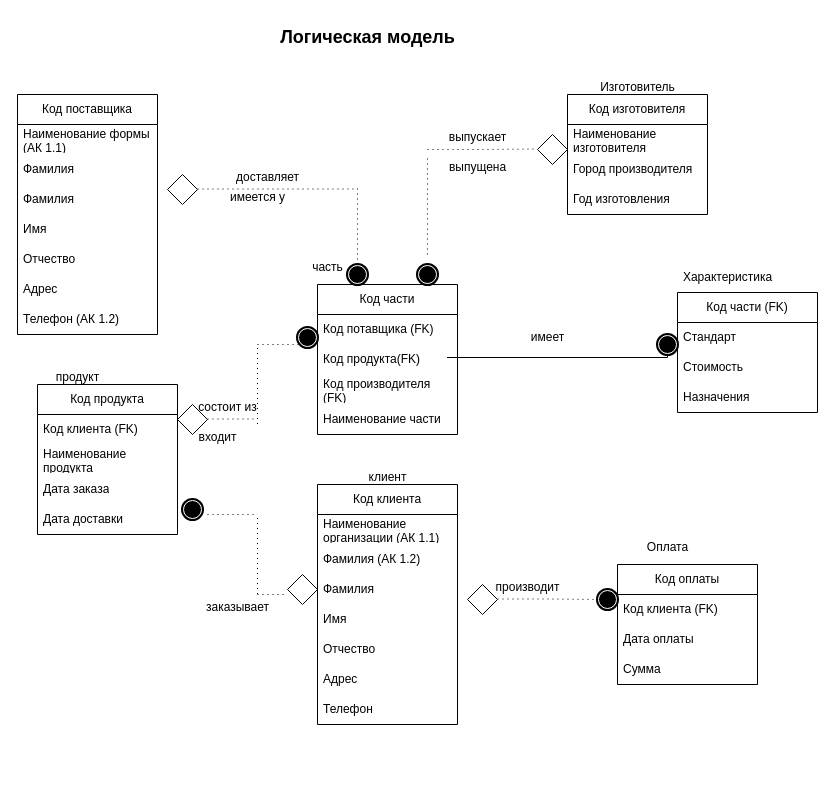
The draw.io diagram 8.drawio in elena-ts/drawio, before the edit. Source tidied: cells renumbered, new cells numbered last; positions are measured from the earlier drawing's top-left corner, leaving out a move shared by most shapes. Both pictures are drawn from the tidied source at 100%, with x=0, y=0 at pixel (17, 17).
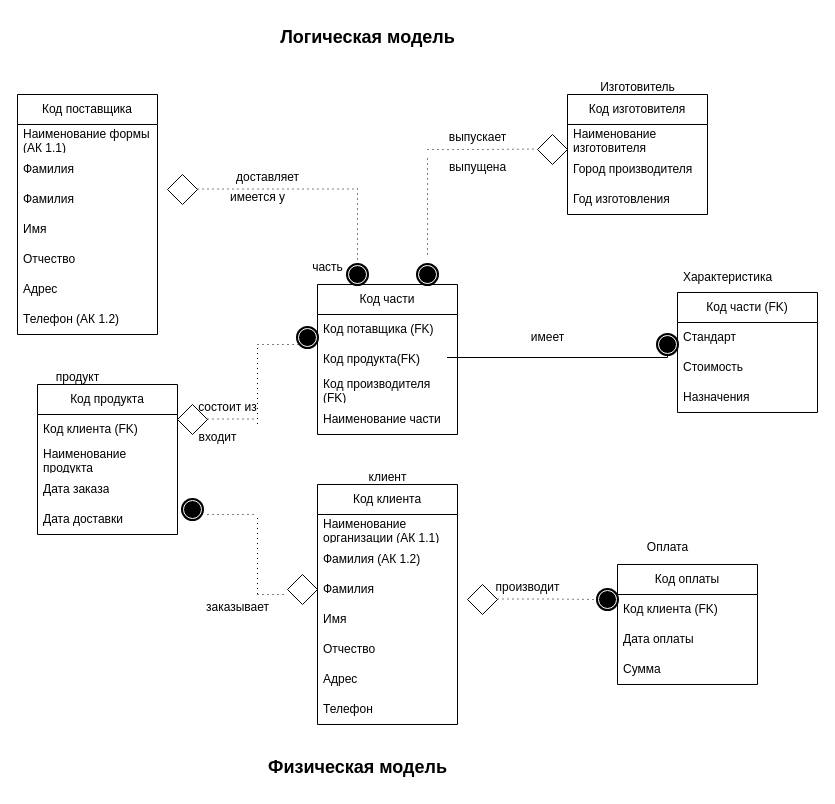
Above is the later version.

The edit, as a diff of the source:
```diff
@@
+    <mxCell id="82" value="&lt;font style=&quot;font-size: 18px;&quot;&gt;&lt;b&gt;Физическая модель&lt;/b&gt;&lt;/font&gt;" style="text;html=1;align=center;verticalAlign=middle;strokeColor=none;fillColor=none;" parent="1" vertex="1">
+      <mxGeometry x="240" y="730" width="200" height="40" as="geometry" />
+    </mxCell>
```
